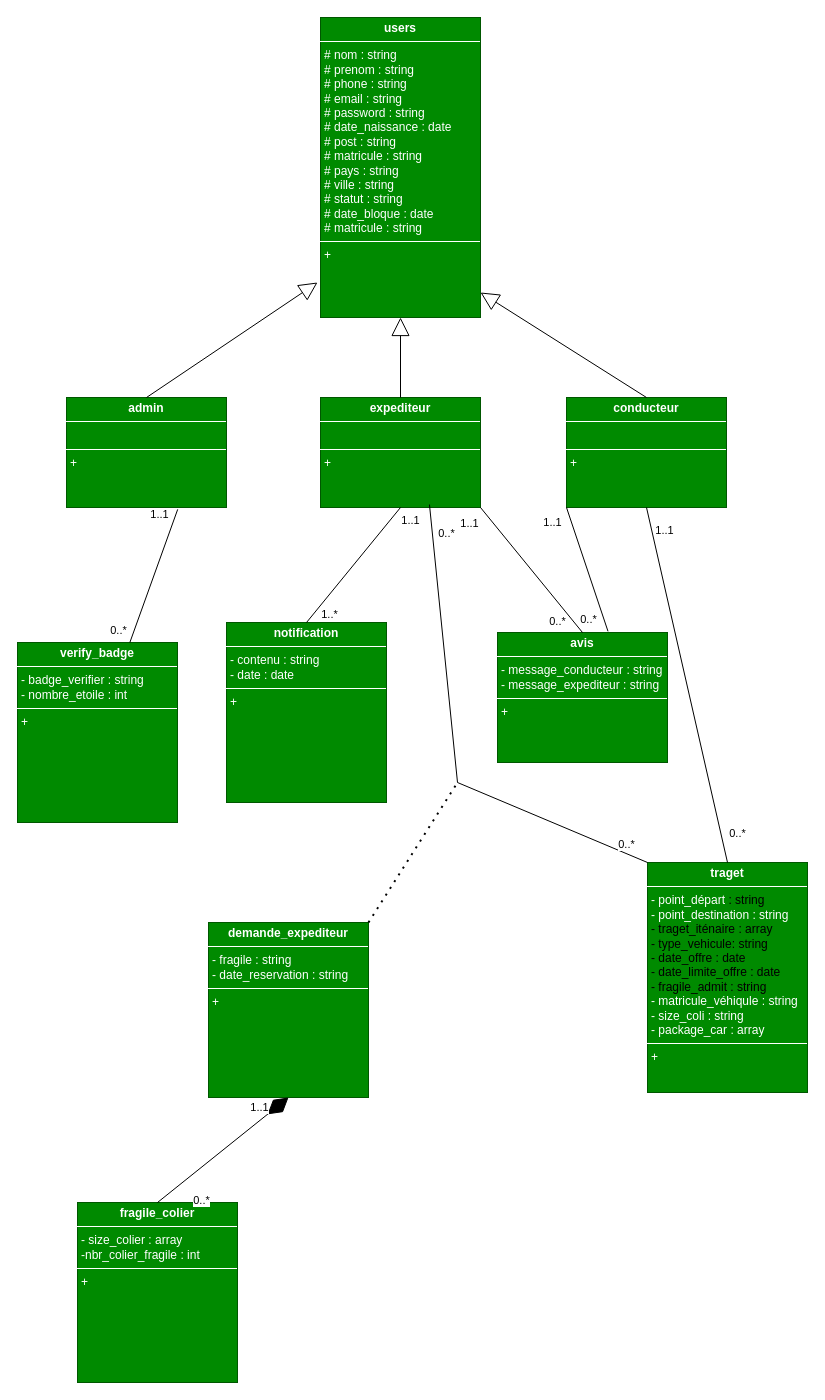
Earlier version of the draw.io diagram UML/class_diagramme.drawio (hichamoubaha/EasyMatch-Transport). Source tidied: cells renumbered, new cells numbered last; positions are measured from the earlier drawing's top-left corner, leaving out a move shared by most shapes. Both pictures are drawn from the tidied source at 100%, with x=0, y=0 at pixel (17, 17).
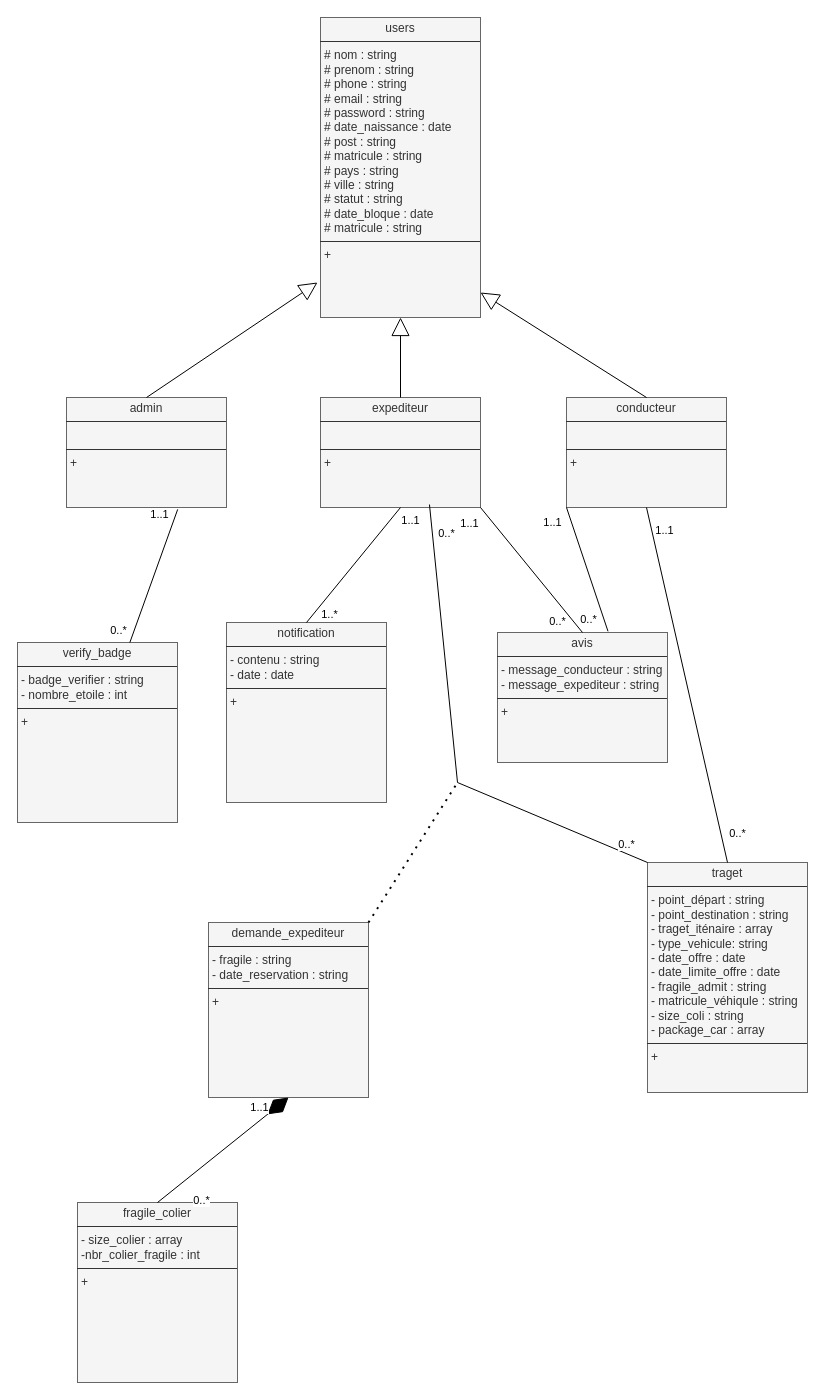
After the change.

Diff of the diagram source:
```diff
@@
-    <mxCell id="2" value="&lt;p style=&quot;margin:0px;margin-top:4px;text-align:center;&quot;&gt;&lt;b&gt;users&lt;/b&gt;&lt;/p&gt;&lt;hr size=&quot;1&quot; style=&quot;border-style:solid;&quot;&gt;&lt;p style=&quot;margin:0px;margin-left:4px;&quot;&gt;# nom : string&lt;/p&gt;&lt;p style=&quot;margin:0px;margin-left:4px;&quot;&gt;# prenom : string&lt;/p&gt;&lt;p style=&quot;margin:0px;margin-left:4px;&quot;&gt;# phone : string&amp;nbsp;&lt;/p&gt;&lt;p style=&quot;margin:0px;margin-left:4px;&quot;&gt;# email : string&lt;/p&gt;&lt;p style=&quot;margin:0px;margin-left:4px;&quot;&gt;# password : string&lt;/p&gt;&lt;p style=&quot;margin:0px;margin-left:4px;&quot;&gt;# date_naissance : date&lt;/p&gt;&lt;p style=&quot;margin:0px;margin-left:4px;&quot;&gt;# post : string&lt;/p&gt;&lt;p style=&quot;margin:0px;margin-left:4px;&quot;&gt;# matricule : string&lt;/p&gt;&lt;p style=&quot;margin:0px;margin-left:4px;&quot;&gt;# pays : string&lt;/p&gt;&lt;p style=&quot;margin:0px;margin-left:4px;&quot;&gt;# ville : string&amp;nbsp;&lt;/p&gt;&lt;p style=&quot;margin:0px;margin-left:4px;&quot;&gt;# statut : string&lt;/p&gt;&lt;p style=&quot;margin:0px;margin-left:4px;&quot;&gt;# date_bloque : date&lt;/p&gt;&lt;p style=&quot;margin:0px;margin-left:4px;&quot;&gt;# matricule : string&lt;/p&gt;&lt;hr size=&quot;1&quot; style=&quot;border-style:solid;&quot;&gt;&lt;p style=&quot;margin:0px;margin-left:4px;&quot;&gt;+&amp;nbsp;&lt;/p&gt;" style="verticalAlign=top;align=left;overflow=fill;html=1;whiteSpace=wrap;fillColor=#008a00;fontColor=#ffffff;strokeColor=#005700;" parent="1" vertex="1">
+    <mxCell id="2" value="&lt;p style=&quot;margin:0px;margin-top:4px;text-align:center;&quot;&gt;&lt;span&gt;users&lt;/span&gt;&lt;/p&gt;&lt;hr size=&quot;1&quot; style=&quot;border-style:solid;&quot;&gt;&lt;p style=&quot;margin:0px;margin-left:4px;&quot;&gt;# nom : string&lt;/p&gt;&lt;p style=&quot;margin:0px;margin-left:4px;&quot;&gt;# prenom : string&lt;/p&gt;&lt;p style=&quot;margin:0px;margin-left:4px;&quot;&gt;# phone : string&amp;nbsp;&lt;/p&gt;&lt;p style=&quot;margin:0px;margin-left:4px;&quot;&gt;# email : string&lt;/p&gt;&lt;p style=&quot;margin:0px;margin-left:4px;&quot;&gt;# password : string&lt;/p&gt;&lt;p style=&quot;margin:0px;margin-left:4px;&quot;&gt;# date_naissance : date&lt;/p&gt;&lt;p style=&quot;margin:0px;margin-left:4px;&quot;&gt;# post : string&lt;/p&gt;&lt;p style=&quot;margin:0px;margin-left:4px;&quot;&gt;# matricule : string&lt;/p&gt;&lt;p style=&quot;margin:0px;margin-left:4px;&quot;&gt;# pays : string&lt;/p&gt;&lt;p style=&quot;margin:0px;margin-left:4px;&quot;&gt;# ville : string&amp;nbsp;&lt;/p&gt;&lt;p style=&quot;margin:0px;margin-left:4px;&quot;&gt;# statut : string&lt;/p&gt;&lt;p style=&quot;margin:0px;margin-left:4px;&quot;&gt;# date_bloque : date&lt;/p&gt;&lt;p style=&quot;margin:0px;margin-left:4px;&quot;&gt;# matricule : string&lt;/p&gt;&lt;hr size=&quot;1&quot; style=&quot;border-style:solid;&quot;&gt;&lt;p style=&quot;margin:0px;margin-left:4px;&quot;&gt;+&amp;nbsp;&lt;/p&gt;" style="verticalAlign=top;align=left;overflow=fill;html=1;whiteSpace=wrap;fillColor=#f5f5f5;strokeColor=#666666;fontStyle=0;fontColor=#333333;" parent="1" vertex="1">
       <mxGeometry x="303" width="160" height="300" as="geometry" />
     </mxCell>
-    <mxCell id="3" value="&lt;p style=&quot;margin:0px;margin-top:4px;text-align:center;&quot;&gt;&lt;b&gt;expediteur&lt;/b&gt;&lt;/p&gt;&lt;hr size=&quot;1&quot; style=&quot;border-style:solid;&quot;&gt;&lt;p style=&quot;margin:0px;margin-left:4px;&quot;&gt;&lt;br&gt;&lt;/p&gt;&lt;hr size=&quot;1&quot; style=&quot;border-style:solid;&quot;&gt;&lt;p style=&quot;margin:0px;margin-left:4px;&quot;&gt;+&amp;nbsp;&lt;/p&gt;" style="verticalAlign=top;align=left;overflow=fill;html=1;whiteSpace=wrap;fillColor=#008a00;fontColor=#ffffff;strokeColor=#005700;" parent="1" vertex="1">
+    <mxCell id="3" value="&lt;p style=&quot;margin:0px;margin-top:4px;text-align:center;&quot;&gt;&lt;span&gt;expediteur&lt;/span&gt;&lt;/p&gt;&lt;hr size=&quot;1&quot; style=&quot;border-style:solid;&quot;&gt;&lt;p style=&quot;margin:0px;margin-left:4px;&quot;&gt;&lt;br&gt;&lt;/p&gt;&lt;hr size=&quot;1&quot; style=&quot;border-style:solid;&quot;&gt;&lt;p style=&quot;margin:0px;margin-left:4px;&quot;&gt;+&amp;nbsp;&lt;/p&gt;" style="verticalAlign=top;align=left;overflow=fill;html=1;whiteSpace=wrap;fillColor=#f5f5f5;strokeColor=#666666;fontStyle=0;fontColor=#333333;" parent="1" vertex="1">
       <mxGeometry x="303" y="380" width="160" height="110" as="geometry" />
     </mxCell>
-    <mxCell id="4" value="&lt;p style=&quot;margin:0px;margin-top:4px;text-align:center;&quot;&gt;&lt;b&gt;conducteur&lt;/b&gt;&lt;/p&gt;&lt;hr size=&quot;1&quot; style=&quot;border-style:solid;&quot;&gt;&lt;p style=&quot;margin:0px;margin-left:4px;&quot;&gt;&lt;br&gt;&lt;/p&gt;&lt;hr size=&quot;1&quot; style=&quot;border-style:solid;&quot;&gt;&lt;p style=&quot;margin:0px;margin-left:4px;&quot;&gt;+&amp;nbsp;&lt;/p&gt;" style="verticalAlign=top;align=left;overflow=fill;html=1;whiteSpace=wrap;fillColor=#008a00;fontColor=#ffffff;strokeColor=#005700;" parent="1" vertex="1">
+    <mxCell id="4" value="&lt;p style=&quot;margin:0px;margin-top:4px;text-align:center;&quot;&gt;&lt;span&gt;conducteur&lt;/span&gt;&lt;/p&gt;&lt;hr size=&quot;1&quot; style=&quot;border-style:solid;&quot;&gt;&lt;p style=&quot;margin:0px;margin-left:4px;&quot;&gt;&lt;br&gt;&lt;/p&gt;&lt;hr size=&quot;1&quot; style=&quot;border-style:solid;&quot;&gt;&lt;p style=&quot;margin:0px;margin-left:4px;&quot;&gt;+&amp;nbsp;&lt;/p&gt;" style="verticalAlign=top;align=left;overflow=fill;html=1;whiteSpace=wrap;fillColor=#f5f5f5;strokeColor=#666666;fontStyle=0;fontColor=#333333;" parent="1" vertex="1">
       <mxGeometry x="549" y="380" width="160" height="110" as="geometry" />
     </mxCell>
-    <mxCell id="5" value="&lt;p style=&quot;margin:0px;margin-top:4px;text-align:center;&quot;&gt;&lt;b&gt;admin&lt;/b&gt;&lt;/p&gt;&lt;hr size=&quot;1&quot; style=&quot;border-style:solid;&quot;&gt;&lt;p style=&quot;margin:0px;margin-left:4px;&quot;&gt;&lt;br&gt;&lt;/p&gt;&lt;hr size=&quot;1&quot; style=&quot;border-style:solid;&quot;&gt;&lt;p style=&quot;margin:0px;margin-left:4px;&quot;&gt;+&amp;nbsp;&lt;/p&gt;" style="verticalAlign=top;align=left;overflow=fill;html=1;whiteSpace=wrap;fillColor=#008a00;fontColor=#ffffff;strokeColor=#005700;" parent="1" vertex="1">
+    <mxCell id="5" value="&lt;p style=&quot;margin:0px;margin-top:4px;text-align:center;&quot;&gt;&lt;span&gt;admin&lt;/span&gt;&lt;/p&gt;&lt;hr size=&quot;1&quot; style=&quot;border-style:solid;&quot;&gt;&lt;p style=&quot;margin:0px;margin-left:4px;&quot;&gt;&lt;br&gt;&lt;/p&gt;&lt;hr size=&quot;1&quot; style=&quot;border-style:solid;&quot;&gt;&lt;p style=&quot;margin:0px;margin-left:4px;&quot;&gt;+&amp;nbsp;&lt;/p&gt;" style="verticalAlign=top;align=left;overflow=fill;html=1;whiteSpace=wrap;fillColor=#f5f5f5;strokeColor=#666666;fontStyle=0;fontColor=#333333;" parent="1" vertex="1">
       <mxGeometry x="49" y="380" width="160" height="110" as="geometry" />
     </mxCell>
-    <mxCell id="6" value="&lt;p style=&quot;margin:0px;margin-top:4px;text-align:center;&quot;&gt;&lt;b&gt;traget&lt;/b&gt;&lt;/p&gt;&lt;div&gt;&lt;hr size=&quot;1&quot; style=&quot;border-style:solid;&quot;&gt;&lt;p style=&quot;margin:0px;margin-left:4px;&quot;&gt;- point_départ&lt;span style=&quot;background-color: transparent; color: light-dark(rgb(0, 0, 0), rgb(255, 255, 255));&quot;&gt;&amp;nbsp;: string&lt;/span&gt;&lt;/p&gt;&lt;p style=&quot;margin:0px;margin-left:4px;&quot;&gt;- point_destination : string&lt;/p&gt;&lt;p style=&quot;margin:0px;margin-left:4px;&quot;&gt;&lt;span style=&quot;background-color: transparent; color: light-dark(rgb(0, 0, 0), rgb(255, 255, 255));&quot;&gt;- traget_iténaire : array&lt;/span&gt;&lt;/p&gt;&lt;p style=&quot;margin:0px;margin-left:4px;&quot;&gt;&lt;span style=&quot;background-color: transparent; color: light-dark(rgb(0, 0, 0), rgb(255, 255, 255));&quot;&gt;- type_vehicule: string&lt;/span&gt;&lt;/p&gt;&lt;p style=&quot;margin:0px;margin-left:4px;&quot;&gt;&lt;span style=&quot;background-color: transparent; color: light-dark(rgb(0, 0, 0), rgb(255, 255, 255));&quot;&gt;- date_offre : date&lt;/span&gt;&lt;/p&gt;&lt;p style=&quot;margin:0px;margin-left:4px;&quot;&gt;&lt;span style=&quot;background-color: transparent; color: light-dark(rgb(0, 0, 0), rgb(255, 255, 255));&quot;&gt;- date_limite_offre : date&lt;/span&gt;&lt;/p&gt;&lt;p style=&quot;margin:0px;margin-left:4px;&quot;&gt;&lt;span style=&quot;background-color: transparent; color: light-dark(rgb(0, 0, 0), rgb(255, 255, 255));&quot;&gt;- fragile_admit : string&amp;nbsp;&lt;/span&gt;&lt;/p&gt;&lt;p style=&quot;margin:0px;margin-left:4px;&quot;&gt;- matricule_véhiqule : string&lt;/p&gt;&lt;p style=&quot;margin:0px;margin-left:4px;&quot;&gt;- size_coli : string&lt;/p&gt;&lt;p style=&quot;margin:0px;margin-left:4px;&quot;&gt;- package_car : array&lt;/p&gt;&lt;hr size=&quot;1&quot; style=&quot;border-style:solid;&quot;&gt;&lt;p style=&quot;margin:0px;margin-left:4px;&quot;&gt;+&amp;nbsp;&lt;/p&gt;&lt;/div&gt;" style="verticalAlign=top;align=left;overflow=fill;html=1;whiteSpace=wrap;fillColor=#008a00;fontColor=#ffffff;strokeColor=#005700;" parent="1" vertex="1">
+    <mxCell id="6" value="&lt;p style=&quot;margin:0px;margin-top:4px;text-align:center;&quot;&gt;&lt;span&gt;traget&lt;/span&gt;&lt;/p&gt;&lt;div&gt;&lt;hr size=&quot;1&quot; style=&quot;border-style:solid;&quot;&gt;&lt;p style=&quot;margin:0px;margin-left:4px;&quot;&gt;- point_départ&lt;span style=&quot;background-color: transparent;&quot;&gt;&amp;nbsp;: string&lt;/span&gt;&lt;/p&gt;&lt;p style=&quot;margin:0px;margin-left:4px;&quot;&gt;- point_destination : string&lt;/p&gt;&lt;p style=&quot;margin:0px;margin-left:4px;&quot;&gt;&lt;span style=&quot;background-color: transparent;&quot;&gt;- traget_iténaire : array&lt;/span&gt;&lt;/p&gt;&lt;p style=&quot;margin:0px;margin-left:4px;&quot;&gt;&lt;span style=&quot;background-color: transparent;&quot;&gt;- type_vehicule: string&lt;/span&gt;&lt;/p&gt;&lt;p style=&quot;margin:0px;margin-left:4px;&quot;&gt;&lt;span style=&quot;background-color: transparent;&quot;&gt;- date_offre : date&lt;/span&gt;&lt;/p&gt;&lt;p style=&quot;margin:0px;margin-left:4px;&quot;&gt;&lt;span style=&quot;background-color: transparent;&quot;&gt;- date_limite_offre : date&lt;/span&gt;&lt;/p&gt;&lt;p style=&quot;margin:0px;margin-left:4px;&quot;&gt;&lt;span style=&quot;background-color: transparent;&quot;&gt;- fragile_admit : string&amp;nbsp;&lt;/span&gt;&lt;/p&gt;&lt;p style=&quot;margin:0px;margin-left:4px;&quot;&gt;- matricule_véhiqule : string&lt;/p&gt;&lt;p style=&quot;margin:0px;margin-left:4px;&quot;&gt;- size_coli : string&lt;/p&gt;&lt;p style=&quot;margin:0px;margin-left:4px;&quot;&gt;- package_car : array&lt;/p&gt;&lt;hr size=&quot;1&quot; style=&quot;border-style:solid;&quot;&gt;&lt;p style=&quot;margin:0px;margin-left:4px;&quot;&gt;+&amp;nbsp;&lt;/p&gt;&lt;/div&gt;" style="verticalAlign=top;align=left;overflow=fill;html=1;whiteSpace=wrap;fillColor=#f5f5f5;strokeColor=#666666;fontStyle=0;fontColor=#333333;" parent="1" vertex="1">
       <mxGeometry x="630" y="845" width="160" height="230" as="geometry" />
     </mxCell>
-    <mxCell id="7" value="&lt;p style=&quot;margin:0px;margin-top:4px;text-align:center;&quot;&gt;&lt;b&gt;verify_badge&lt;/b&gt;&lt;/p&gt;&lt;div&gt;&lt;hr size=&quot;1&quot; style=&quot;border-style:solid;&quot;&gt;&lt;p style=&quot;margin:0px;margin-left:4px;&quot;&gt;- badge_verifier : string&lt;/p&gt;&lt;p style=&quot;margin:0px;margin-left:4px;&quot;&gt;- nombre_etoile : int&lt;/p&gt;&lt;hr size=&quot;1&quot; style=&quot;border-style:solid;&quot;&gt;&lt;p style=&quot;margin:0px;margin-left:4px;&quot;&gt;+&amp;nbsp;&lt;/p&gt;&lt;/div&gt;" style="verticalAlign=top;align=left;overflow=fill;html=1;whiteSpace=wrap;fillColor=#008a00;fontColor=#ffffff;strokeColor=#005700;" parent="1" vertex="1">
+    <mxCell id="7" value="&lt;p style=&quot;margin:0px;margin-top:4px;text-align:center;&quot;&gt;&lt;span&gt;verify_badge&lt;/span&gt;&lt;/p&gt;&lt;div&gt;&lt;hr size=&quot;1&quot; style=&quot;border-style:solid;&quot;&gt;&lt;p style=&quot;margin:0px;margin-left:4px;&quot;&gt;- badge_verifier : string&lt;/p&gt;&lt;p style=&quot;margin:0px;margin-left:4px;&quot;&gt;- nombre_etoile : int&lt;/p&gt;&lt;hr size=&quot;1&quot; style=&quot;border-style:solid;&quot;&gt;&lt;p style=&quot;margin:0px;margin-left:4px;&quot;&gt;+&amp;nbsp;&lt;/p&gt;&lt;/div&gt;" style="verticalAlign=top;align=left;overflow=fill;html=1;whiteSpace=wrap;fillColor=#f5f5f5;strokeColor=#666666;fontStyle=0;fontColor=#333333;" parent="1" vertex="1">
       <mxGeometry y="625" width="160" height="180" as="geometry" />
     </mxCell>
-    <mxCell id="8" value="&lt;p style=&quot;margin:0px;margin-top:4px;text-align:center;&quot;&gt;&lt;b&gt;demande_expediteur&lt;/b&gt;&lt;/p&gt;&lt;div&gt;&lt;hr size=&quot;1&quot; style=&quot;border-style:solid;&quot;&gt;&lt;p style=&quot;margin:0px;margin-left:4px;&quot;&gt;- fragile : string&lt;/p&gt;&lt;p style=&quot;margin:0px;margin-left:4px;&quot;&gt;- date_reservation : string&lt;/p&gt;&lt;hr size=&quot;1&quot; style=&quot;border-style:solid;&quot;&gt;&lt;p style=&quot;margin:0px;margin-left:4px;&quot;&gt;+&amp;nbsp;&lt;/p&gt;&lt;/div&gt;" style="verticalAlign=top;align=left;overflow=fill;html=1;whiteSpace=wrap;fillColor=#008a00;fontColor=#ffffff;strokeColor=#005700;" parent="1" vertex="1">
+    <mxCell id="8" value="&lt;p style=&quot;margin:0px;margin-top:4px;text-align:center;&quot;&gt;&lt;span&gt;demande_expediteur&lt;/span&gt;&lt;/p&gt;&lt;div&gt;&lt;hr size=&quot;1&quot; style=&quot;border-style:solid;&quot;&gt;&lt;p style=&quot;margin:0px;margin-left:4px;&quot;&gt;- fragile : string&lt;/p&gt;&lt;p style=&quot;margin:0px;margin-left:4px;&quot;&gt;- date_reservation : string&lt;/p&gt;&lt;hr size=&quot;1&quot; style=&quot;border-style:solid;&quot;&gt;&lt;p style=&quot;margin:0px;margin-left:4px;&quot;&gt;+&amp;nbsp;&lt;/p&gt;&lt;/div&gt;" style="verticalAlign=top;align=left;overflow=fill;html=1;whiteSpace=wrap;fillColor=#f5f5f5;strokeColor=#666666;fontStyle=0;fontColor=#333333;" parent="1" vertex="1">
       <mxGeometry x="191" y="905" width="160" height="175" as="geometry" />
     </mxCell>
-    <mxCell id="9" value="&lt;p style=&quot;margin:0px;margin-top:4px;text-align:center;&quot;&gt;&lt;b&gt;avis&lt;/b&gt;&lt;/p&gt;&lt;div&gt;&lt;hr size=&quot;1&quot; style=&quot;border-style:solid;&quot;&gt;&lt;p style=&quot;margin:0px;margin-left:4px;&quot;&gt;- message_conducteur : string&amp;nbsp;&lt;br&gt;&lt;/p&gt;&lt;p style=&quot;margin:0px;margin-left:4px;&quot;&gt;- message_expediteur : string&lt;/p&gt;&lt;hr size=&quot;1&quot; style=&quot;border-style:solid;&quot;&gt;&lt;p style=&quot;margin:0px;margin-left:4px;&quot;&gt;+&amp;nbsp;&lt;/p&gt;&lt;/div&gt;" style="verticalAlign=top;align=left;overflow=fill;html=1;whiteSpace=wrap;fillColor=#008a00;fontColor=#ffffff;strokeColor=#005700;" parent="1" vertex="1">
+    <mxCell id="9" value="&lt;p style=&quot;margin:0px;margin-top:4px;text-align:center;&quot;&gt;&lt;span&gt;avis&lt;/span&gt;&lt;/p&gt;&lt;div&gt;&lt;hr size=&quot;1&quot; style=&quot;border-style:solid;&quot;&gt;&lt;p style=&quot;margin:0px;margin-left:4px;&quot;&gt;- message_conducteur : string&amp;nbsp;&lt;br&gt;&lt;/p&gt;&lt;p style=&quot;margin:0px;margin-left:4px;&quot;&gt;- message_expediteur : string&lt;/p&gt;&lt;hr size=&quot;1&quot; style=&quot;border-style:solid;&quot;&gt;&lt;p style=&quot;margin:0px;margin-left:4px;&quot;&gt;+&amp;nbsp;&lt;/p&gt;&lt;/div&gt;" style="verticalAlign=top;align=left;overflow=fill;html=1;whiteSpace=wrap;fillColor=#f5f5f5;strokeColor=#666666;fontStyle=0;fontColor=#333333;" parent="1" vertex="1">
       <mxGeometry x="480" y="615" width="170" height="130" as="geometry" />
     </mxCell>
-    <mxCell id="10" value="&lt;p style=&quot;margin:0px;margin-top:4px;text-align:center;&quot;&gt;&lt;b&gt;notification&lt;/b&gt;&lt;/p&gt;&lt;div&gt;&lt;hr size=&quot;1&quot; style=&quot;border-style:solid;&quot;&gt;&lt;p style=&quot;margin:0px;margin-left:4px;&quot;&gt;- contenu : string&lt;/p&gt;&lt;p style=&quot;margin:0px;margin-left:4px;&quot;&gt;- date : date&lt;/p&gt;&lt;hr size=&quot;1&quot; style=&quot;border-style:solid;&quot;&gt;&lt;p style=&quot;margin:0px;margin-left:4px;&quot;&gt;+&amp;nbsp;&lt;/p&gt;&lt;/div&gt;" style="verticalAlign=top;align=left;overflow=fill;html=1;whiteSpace=wrap;fillColor=#008a00;fontColor=#ffffff;strokeColor=#005700;" parent="1" vertex="1">
+    <mxCell id="10" value="&lt;p style=&quot;margin:0px;margin-top:4px;text-align:center;&quot;&gt;&lt;span&gt;notification&lt;/span&gt;&lt;/p&gt;&lt;div&gt;&lt;hr size=&quot;1&quot; style=&quot;border-style:solid;&quot;&gt;&lt;p style=&quot;margin:0px;margin-left:4px;&quot;&gt;- contenu : string&lt;/p&gt;&lt;p style=&quot;margin:0px;margin-left:4px;&quot;&gt;- date : date&lt;/p&gt;&lt;hr size=&quot;1&quot; style=&quot;border-style:solid;&quot;&gt;&lt;p style=&quot;margin:0px;margin-left:4px;&quot;&gt;+&amp;nbsp;&lt;/p&gt;&lt;/div&gt;" style="verticalAlign=top;align=left;overflow=fill;html=1;whiteSpace=wrap;fillColor=#f5f5f5;strokeColor=#666666;fontStyle=0;fontColor=#333333;" parent="1" vertex="1">
       <mxGeometry x="209" y="605" width="160" height="180" as="geometry" />
     </mxCell>
-    <mxCell id="11" value="&lt;p style=&quot;margin:0px;margin-top:4px;text-align:center;&quot;&gt;&lt;b&gt;fragile_colier&lt;/b&gt;&lt;/p&gt;&lt;div&gt;&lt;hr size=&quot;1&quot; style=&quot;border-style:solid;&quot;&gt;&lt;p style=&quot;margin:0px;margin-left:4px;&quot;&gt;- size_colier : array&lt;/p&gt;&lt;p style=&quot;margin:0px;margin-left:4px;&quot;&gt;-nbr_colier_fragile : int&amp;nbsp;&amp;nbsp;&lt;/p&gt;&lt;hr size=&quot;1&quot; style=&quot;border-style:solid;&quot;&gt;&lt;p style=&quot;margin:0px;margin-left:4px;&quot;&gt;+&amp;nbsp;&lt;/p&gt;&lt;/div&gt;" style="verticalAlign=top;align=left;overflow=fill;html=1;whiteSpace=wrap;fillColor=#008a00;fontColor=#ffffff;strokeColor=#005700;" parent="1" vertex="1">
+    <mxCell id="11" value="&lt;p style=&quot;margin:0px;margin-top:4px;text-align:center;&quot;&gt;&lt;span&gt;fragile_colier&lt;/span&gt;&lt;/p&gt;&lt;div&gt;&lt;hr size=&quot;1&quot; style=&quot;border-style:solid;&quot;&gt;&lt;p style=&quot;margin:0px;margin-left:4px;&quot;&gt;- size_colier : array&lt;/p&gt;&lt;p style=&quot;margin:0px;margin-left:4px;&quot;&gt;-nbr_colier_fragile : int&amp;nbsp;&amp;nbsp;&lt;/p&gt;&lt;hr size=&quot;1&quot; style=&quot;border-style:solid;&quot;&gt;&lt;p style=&quot;margin:0px;margin-left:4px;&quot;&gt;+&amp;nbsp;&lt;/p&gt;&lt;/div&gt;" style="verticalAlign=top;align=left;overflow=fill;html=1;whiteSpace=wrap;fillColor=#f5f5f5;strokeColor=#666666;fontStyle=0;fontColor=#333333;" parent="1" vertex="1">
       <mxGeometry x="60" y="1185" width="160" height="180" as="geometry" />
     </mxCell>
```
